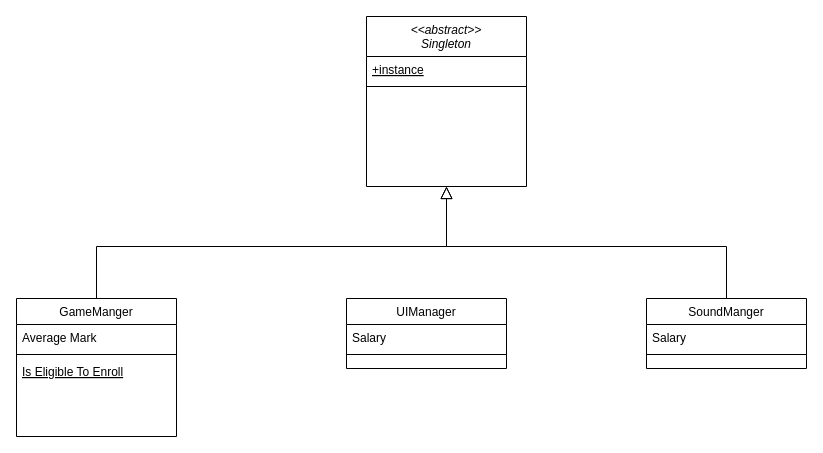
Earlier version of the draw.io diagram Blue.drawio (BlackKoneko/Blue). Source tidied: cells renumbered, new cells numbered last; positions are measured from the earlier drawing's top-left corner, leaving out a move shared by most shapes. Both pictures are drawn from the tidied source at 100%, with x=0, y=0 at pixel (16, 16).
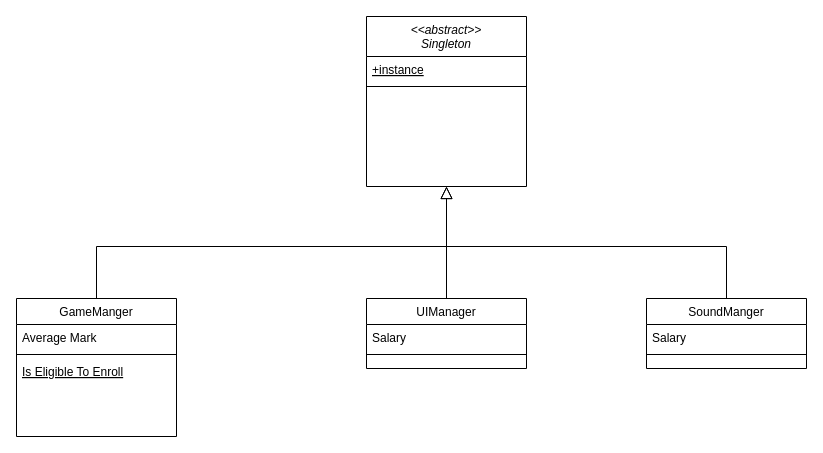
The same page after the edit.

Diff of the diagram source:
```diff
@@
     <mxCell id="14" value="UIManager" style="swimlane;fontStyle=0;align=center;verticalAlign=top;horizontal=1;startSize=26;rounded=0;shadow=0;strokeWidth=1;" parent="1" vertex="1">
-      <mxGeometry x="330" y="282" width="160" height="70" as="geometry" />
+      <mxGeometry x="350" y="282" width="160" height="70" as="geometry" />
     </mxCell>
@@
+    <mxCell id="17" style="endArrow=none;html=1;rounded=0;exitX=0.5;exitY=0;exitDx=0;exitDy=0;" parent="1" edge="1" source="14">
+      <mxGeometry relative="1" as="geometry">
+        <mxPoint x="430" y="230" as="targetPoint" />
+      </mxGeometry>
+    </mxCell>
```
